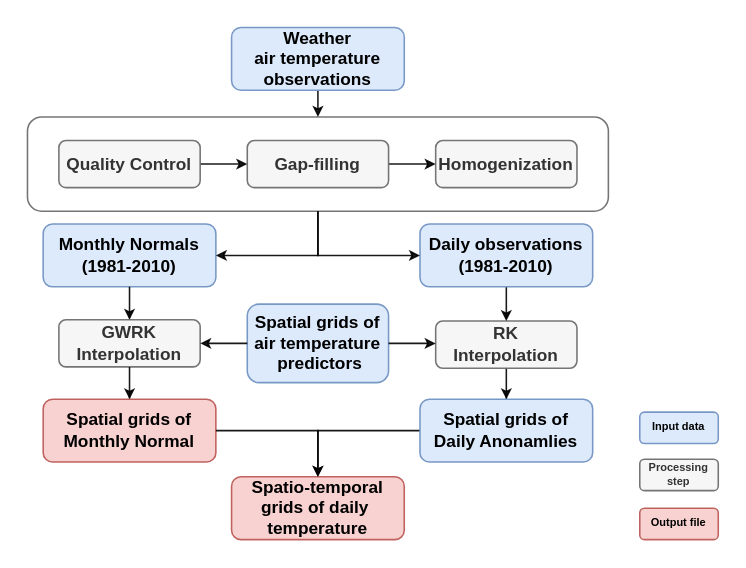
This is PISCOt_diagram.drawio from adrHuerta/diagrams, a draw.io file, before an edit. Source tidied: cells renumbered, new cells numbered last; positions are measured from the earlier drawing's top-left corner, leaving out a move shared by most shapes. Both pictures are drawn from the tidied source at 157%, with x=0, y=0 at pixel (27, 27).
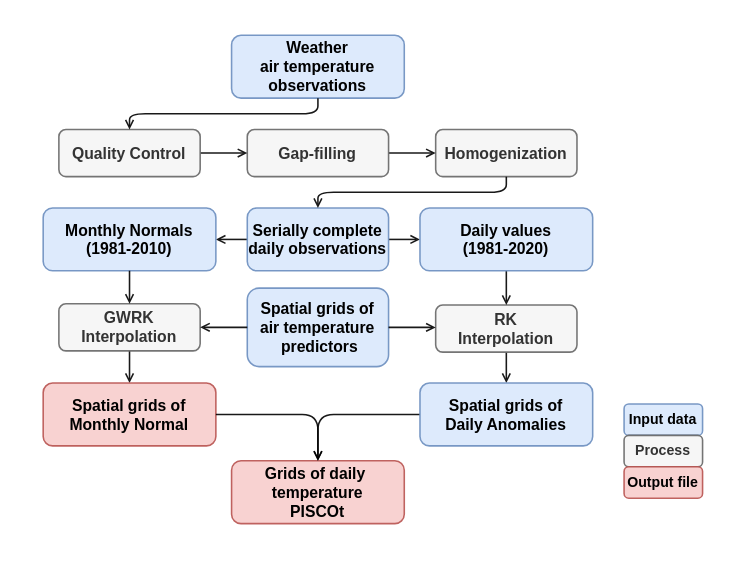
Above is the later version.

Change to the diagram source:
```diff
@@
+    <mxCell id="31" style="edgeStyle=orthogonalEdgeStyle;rounded=1;sketch=0;jettySize=auto;html=1;fontSize=9;endArrow=open;endFill=0;endSize=4;opacity=90;" parent="1" edge="1" source="34">
+      <mxGeometry relative="1" as="geometry">
+        <mxPoint x="120" y="135" as="targetPoint" />
+      </mxGeometry>
+    </mxCell>
+    <mxCell id="32" style="edgeStyle=orthogonalEdgeStyle;rounded=1;sketch=0;jettySize=auto;html=1;fontSize=9;endArrow=open;endFill=0;endSize=4;opacity=90;" parent="1" edge="1" source="34">
+      <mxGeometry relative="1" as="geometry">
+        <mxPoint x="250" y="135" as="targetPoint" />
+      </mxGeometry>
+    </mxCell>
-    <mxCell id="2" value="Input data" style="rounded=1;whiteSpace=wrap;html=1;fillColor=#dae8fc;opacity=90;fontSize=7;strokeColor=#6c8ebf;fontStyle=1;" parent="1" vertex="1">
-      <mxGeometry x="390" y="245" width="50" height="20" as="geometry" />
+    <mxCell id="2" value="Input data" style="rounded=1;whiteSpace=wrap;html=1;opacity=90;fontSize=9;fontStyle=1;fillColor=#dae8fc;strokeColor=#6c8ebf;" parent="1" vertex="1">
+      <mxGeometry x="380" y="239.8" width="50" height="20" as="geometry" />
     </mxCell>
-    <mxCell id="3" value="Processing step" style="rounded=1;whiteSpace=wrap;html=1;fillColor=#f5f5f5;opacity=90;fontSize=7;strokeColor=#666666;fontStyle=1;fontColor=#333333;" parent="1" vertex="1">
-      <mxGeometry x="390" y="275" width="50" height="20" as="geometry" />
+    <mxCell id="3" value="Process" style="rounded=1;whiteSpace=wrap;html=1;opacity=90;fontSize=9;fontStyle=1;fillColor=#f5f5f5;fontColor=#333333;strokeColor=#666666;" parent="1" vertex="1">
+      <mxGeometry x="380" y="259.8" width="50" height="20" as="geometry" />
     </mxCell>
-    <mxCell id="4" value="Output file" style="rounded=1;whiteSpace=wrap;html=1;fillColor=#f8cecc;opacity=90;fontSize=7;strokeColor=#b85450;fontStyle=1;" parent="1" vertex="1">
-      <mxGeometry x="390" y="306.2" width="50" height="20" as="geometry" />
+    <mxCell id="4" value="Output file" style="rounded=1;whiteSpace=wrap;html=1;opacity=90;fontSize=9;fontStyle=1;fillColor=#f8cecc;strokeColor=#b85450;" parent="1" vertex="1">
+      <mxGeometry x="380" y="279.8" width="50" height="20" as="geometry" />
     </mxCell>
-    <mxCell id="5" style="rounded=1;whiteSpace=wrap;html=1;opacity=90;strokeColor=#666666;fontColor=#333333;fillColor=none;" parent="1" vertex="1">
-      <mxGeometry y="57" width="370" height="60" as="geometry" />
-    </mxCell>
-    <mxCell id="6" style="edgeStyle=orthogonalEdgeStyle;rounded=0;jumpStyle=gap;jettySize=auto;html=1;entryX=0.5;entryY=0;entryDx=0;entryDy=0;endArrow=classic;endFill=1;endSize=4;opacity=90;" parent="1" edge="1" source="7" target="5">
-      <mxGeometry x="240" y="5" as="geometry">
-        <Array as="points">
-          <mxPoint x="185" y="50" />
-          <mxPoint x="185" y="50" />
-        </Array>
-      </mxGeometry>
-    </mxCell>
-    <mxCell id="7" value="Weather &lt;br&gt;air temperature observations" style="rounded=1;whiteSpace=wrap;html=1;fontSize=11;fontFamily=Helvetica;fontStyle=1;fillColor=#dae8fc;strokeColor=#6c8ebf;opacity=90;" parent="1" vertex="1">
-      <mxGeometry x="130" width="110" height="40" as="geometry" />
+    <mxCell id="7" value="Weather &lt;br style=&quot;font-size: 10px;&quot;&gt;air temperature observations" style="rounded=1;whiteSpace=wrap;html=1;fontSize=10;fontFamily=Helvetica;fontStyle=1;opacity=90;fillColor=#dae8fc;strokeColor=#6c8ebf;" parent="1" vertex="1">
+      <mxGeometry x="130" y="5" width="110" height="40" as="geometry" />
     </mxCell>
-    <mxCell id="8" value="Monthly Normals&lt;br&gt;(1981-2010)" style="rounded=1;whiteSpace=wrap;html=1;fontSize=11;fontFamily=Helvetica;fontStyle=1;fillColor=#dae8fc;strokeColor=#6c8ebf;opacity=90;" parent="1" vertex="1">
-      <mxGeometry x="10" y="125.2" width="110" height="40" as="geometry" />
+    <mxCell id="8" value="Monthly Normals&lt;br style=&quot;font-size: 10px;&quot;&gt;(1981-2010)" style="rounded=1;whiteSpace=wrap;html=1;fontSize=10;fontFamily=Helvetica;fontStyle=1;opacity=90;fillColor=#dae8fc;strokeColor=#6c8ebf;" parent="1" vertex="1">
+      <mxGeometry x="10" y="115" width="110" height="40" as="geometry" />
     </mxCell>
-    <mxCell id="9" style="edgeStyle=orthogonalEdgeStyle;rounded=0;jumpStyle=gap;jettySize=auto;html=1;entryX=1;entryY=0.5;entryDx=0;entryDy=0;endArrow=classic;endFill=1;endSize=4;opacity=90;" parent="1" edge="1" source="5" target="8">
-      <mxGeometry x="240" y="5" as="geometry" />
-    </mxCell>
-    <mxCell id="10" value="&lt;span style=&quot;color: rgb(0 , 0 , 0) ; font-family: &amp;#34;helvetica&amp;#34; ; font-size: 11px ; font-style: normal ; font-weight: 700 ; letter-spacing: normal ; text-align: center ; text-indent: 0px ; text-transform: none ; word-spacing: 0px ; display: inline ; float: none&quot;&gt;Spatial grids of&lt;/span&gt;&lt;br style=&quot;color: rgb(0 , 0 , 0) ; font-family: &amp;#34;helvetica&amp;#34; ; font-size: 11px ; font-style: normal ; font-weight: 700 ; letter-spacing: normal ; text-align: center ; text-indent: 0px ; text-transform: none ; word-spacing: 0px&quot;&gt;&lt;span style=&quot;color: rgb(0 , 0 , 0) ; font-family: &amp;#34;helvetica&amp;#34; ; font-size: 11px ; font-style: normal ; font-weight: 700 ; letter-spacing: normal ; text-align: center ; text-indent: 0px ; text-transform: none ; word-spacing: 0px ; display: inline ; float: none&quot;&gt;air temperature&lt;/span&gt;&lt;br style=&quot;color: rgb(0 , 0 , 0) ; font-family: &amp;#34;helvetica&amp;#34; ; font-size: 11px ; font-style: normal ; font-weight: 700 ; letter-spacing: normal ; text-align: center ; text-indent: 0px ; text-transform: none ; word-spacing: 0px&quot;&gt;&lt;span style=&quot;color: rgb(0 , 0 , 0) ; font-family: &amp;#34;helvetica&amp;#34; ; font-size: 11px ; font-style: normal ; font-weight: 700 ; letter-spacing: normal ; text-align: center ; text-indent: 0px ; text-transform: none ; word-spacing: 0px ; display: inline ; float: none&quot;&gt;&amp;nbsp;predictors&lt;/span&gt;" style="rounded=1;whiteSpace=wrap;html=1;fontSize=11;fontFamily=Helvetica;fontStyle=1;fillColor=#dae8fc;strokeColor=#6c8ebf;opacity=90;" parent="1" vertex="1">
-      <mxGeometry x="140" y="176.2" width="90" height="50" as="geometry" />
+    <mxCell id="10" value="&lt;span style=&quot;color: rgb(0, 0, 0); font-family: helvetica; font-size: 10px; font-style: normal; font-weight: 700; letter-spacing: normal; text-align: center; text-indent: 0px; text-transform: none; word-spacing: 0px; display: inline; float: none;&quot;&gt;Spatial grids of&lt;/span&gt;&lt;br style=&quot;color: rgb(0, 0, 0); font-family: helvetica; font-size: 10px; font-style: normal; font-weight: 700; letter-spacing: normal; text-align: center; text-indent: 0px; text-transform: none; word-spacing: 0px;&quot;&gt;&lt;span style=&quot;color: rgb(0, 0, 0); font-family: helvetica; font-size: 10px; font-style: normal; font-weight: 700; letter-spacing: normal; text-align: center; text-indent: 0px; text-transform: none; word-spacing: 0px; display: inline; float: none;&quot;&gt;air temperature&lt;/span&gt;&lt;br style=&quot;color: rgb(0, 0, 0); font-family: helvetica; font-size: 10px; font-style: normal; font-weight: 700; letter-spacing: normal; text-align: center; text-indent: 0px; text-transform: none; word-spacing: 0px;&quot;&gt;&lt;span style=&quot;color: rgb(0, 0, 0); font-family: helvetica; font-size: 10px; font-style: normal; font-weight: 700; letter-spacing: normal; text-align: center; text-indent: 0px; text-transform: none; word-spacing: 0px; display: inline; float: none;&quot;&gt;&amp;nbsp;predictors&lt;/span&gt;" style="rounded=1;whiteSpace=wrap;html=1;fontSize=10;fontFamily=Helvetica;fontStyle=1;opacity=90;fillColor=#dae8fc;strokeColor=#6c8ebf;" parent="1" vertex="1">
+      <mxGeometry x="140" y="166" width="90" height="50" as="geometry" />
     </mxCell>
+    <mxCell id="18" style="edgeStyle=orthogonalEdgeStyle;rounded=1;sketch=0;jettySize=auto;html=1;entryX=0.5;entryY=0;entryDx=0;entryDy=0;fontSize=9;endArrow=open;endFill=0;endSize=4;opacity=90;" parent="1" edge="1" source="11" target="17">
+      <mxGeometry relative="1" as="geometry" />
+    </mxCell>
-    <mxCell id="11" value="GWRK Interpolation" style="rounded=1;whiteSpace=wrap;html=1;fontSize=11;fontFamily=Helvetica;fontStyle=1;opacity=90;fillColor=#f5f5f5;strokeColor=#666666;fontColor=#333333;" parent="1" vertex="1">
-      <mxGeometry x="20" y="186.2" width="90" height="30" as="geometry" />
+    <mxCell id="11" value="GWRK Interpolation" style="rounded=1;whiteSpace=wrap;html=1;fontSize=10;fontFamily=Helvetica;fontStyle=1;opacity=90;fillColor=#f5f5f5;fontColor=#333333;strokeColor=#666666;" parent="1" vertex="1">
+      <mxGeometry x="20" y="176" width="90" height="30" as="geometry" />
     </mxCell>
-    <mxCell id="12" style="edgeStyle=orthogonalEdgeStyle;rounded=0;jumpStyle=gap;jettySize=auto;html=1;entryX=0.5;entryY=0;entryDx=0;entryDy=0;endSize=4;opacity=90;" parent="1" edge="1" source="8" target="11">
-      <mxGeometry x="240" y="5" as="geometry" />
+    <mxCell id="12" style="edgeStyle=orthogonalEdgeStyle;rounded=1;jumpStyle=gap;jettySize=auto;html=1;entryX=0.5;entryY=0;entryDx=0;entryDy=0;endSize=4;opacity=90;fontSize=10;endArrow=open;endFill=0;" parent="1" edge="1" source="8" target="11">
+      <mxGeometry x="240" y="-5.2" as="geometry" />
     </mxCell>
-    <mxCell id="13" style="edgeStyle=orthogonalEdgeStyle;rounded=0;jumpStyle=gap;jettySize=auto;html=1;entryX=1;entryY=0.5;entryDx=0;entryDy=0;endSize=4;opacity=90;" parent="1" edge="1" source="10" target="11">
-      <mxGeometry x="240" y="5" as="geometry" />
+    <mxCell id="13" style="edgeStyle=orthogonalEdgeStyle;rounded=1;jumpStyle=gap;jettySize=auto;html=1;entryX=1;entryY=0.5;entryDx=0;entryDy=0;endSize=4;opacity=90;fontSize=10;endArrow=open;endFill=0;" parent="1" edge="1" source="10" target="11">
+      <mxGeometry x="240" y="-5.2" as="geometry" />
     </mxCell>
-    <mxCell id="14" style="edgeStyle=orthogonalEdgeStyle;rounded=0;jumpStyle=gap;jettySize=auto;html=1;endArrow=classic;endFill=1;endSize=4;fontSize=7;opacity=90;" parent="1" edge="1" source="15" target="30">
+    <mxCell id="14" style="edgeStyle=orthogonalEdgeStyle;rounded=1;sketch=0;jettySize=auto;html=1;entryX=0.5;entryY=0;entryDx=0;entryDy=0;fontSize=9;endArrow=open;endFill=0;endSize=4;opacity=90;" parent="1" edge="1" source="15" target="30">
       <mxGeometry relative="1" as="geometry" />
     </mxCell>
-    <mxCell id="15" value="RK &lt;br&gt;Interpolation" style="rounded=1;whiteSpace=wrap;html=1;fontSize=11;fontFamily=Helvetica;fontStyle=1;opacity=90;fillColor=#f5f5f5;strokeColor=#666666;fontColor=#333333;" parent="1" vertex="1">
-      <mxGeometry x="260" y="187" width="90" height="30" as="geometry" />
+    <mxCell id="15" value="RK &lt;br style=&quot;font-size: 10px;&quot;&gt;Interpolation" style="rounded=1;whiteSpace=wrap;html=1;fontSize=10;fontFamily=Helvetica;fontStyle=1;opacity=90;fillColor=#f5f5f5;fontColor=#333333;strokeColor=#666666;" parent="1" vertex="1">
+      <mxGeometry x="260" y="176.8" width="90" height="30" as="geometry" />
     </mxCell>
-    <mxCell id="16" style="edgeStyle=orthogonalEdgeStyle;rounded=0;jumpStyle=gap;jettySize=auto;html=1;entryX=0;entryY=0.475;entryDx=0;entryDy=0;entryPerimeter=0;endSize=4;opacity=90;" parent="1" edge="1" source="10" target="15">
-      <mxGeometry x="240" y="5" as="geometry" />
+    <mxCell id="16" style="edgeStyle=orthogonalEdgeStyle;rounded=1;jumpStyle=gap;jettySize=auto;html=1;entryX=0;entryY=0.475;entryDx=0;entryDy=0;entryPerimeter=0;endSize=4;opacity=90;fontSize=10;endArrow=open;endFill=0;" parent="1" edge="1" source="10" target="15">
+      <mxGeometry x="240" y="-5.2" as="geometry" />
     </mxCell>
-    <mxCell id="17" value="Spatial grids of&lt;br&gt;Monthly Normal" style="rounded=1;whiteSpace=wrap;html=1;fontSize=11;fontFamily=Helvetica;fontStyle=1;opacity=90;fillColor=#f8cecc;strokeColor=#b85450;" parent="1" vertex="1">
-      <mxGeometry x="10" y="236.8" width="110" height="40" as="geometry" />
+    <mxCell id="17" value="Spatial grids of&lt;br style=&quot;font-size: 10px;&quot;&gt;Monthly Normal" style="rounded=1;whiteSpace=wrap;html=1;fontSize=10;fontFamily=Helvetica;fontStyle=1;opacity=90;fillColor=#f8cecc;strokeColor=#b85450;" parent="1" vertex="1">
+      <mxGeometry x="10" y="226.5" width="110" height="40" as="geometry" />
     </mxCell>
-    <mxCell id="18" style="edgeStyle=orthogonalEdgeStyle;rounded=0;jumpStyle=gap;jettySize=auto;html=1;entryX=0.5;entryY=0;entryDx=0;entryDy=0;endArrow=classic;endFill=1;endSize=4;opacity=90;" parent="1" edge="1" source="11" target="17">
-      <mxGeometry x="240" y="5" as="geometry" />
-    </mxCell>
-    <mxCell id="19" value="Spatio-temporal&lt;br&gt;grids of daily&amp;nbsp;&lt;br&gt;temperature" style="rounded=1;whiteSpace=wrap;html=1;fontSize=11;fontFamily=Helvetica;fontStyle=1;opacity=90;fillColor=#f8cecc;strokeColor=#b85450;" parent="1" vertex="1">
-      <mxGeometry x="130" y="286.2" width="110" height="40" as="geometry" />
+    <mxCell id="19" value="Grids of daily&amp;nbsp;&lt;br style=&quot;font-size: 10px&quot;&gt;temperature&lt;br style=&quot;font-size: 10px;&quot;&gt;PISCOt" style="rounded=1;whiteSpace=wrap;html=1;fontSize=10;fontFamily=Helvetica;fontStyle=1;opacity=90;fillColor=#f8cecc;strokeColor=#b85450;" parent="1" vertex="1">
+      <mxGeometry x="130" y="276" width="110" height="40" as="geometry" />
     </mxCell>
-    <mxCell id="20" style="edgeStyle=orthogonalEdgeStyle;rounded=0;jumpStyle=gap;jettySize=auto;html=1;entryX=0.5;entryY=0;entryDx=0;entryDy=0;endSize=4;opacity=90;" parent="1" edge="1" source="17" target="19">
-      <mxGeometry x="240" y="5" as="geometry" />
+    <mxCell id="20" style="edgeStyle=orthogonalEdgeStyle;rounded=1;jumpStyle=gap;jettySize=auto;html=1;entryX=0.5;entryY=0;entryDx=0;entryDy=0;endSize=4;opacity=90;fontSize=10;endArrow=open;endFill=0;" parent="1" edge="1" source="17" target="19">
+      <mxGeometry x="240" y="-5.2" as="geometry" />
     </mxCell>
-    <mxCell id="21" value="Homogenization" style="rounded=1;whiteSpace=wrap;html=1;fontSize=11;fontFamily=Helvetica;fontStyle=1;fillColor=#f5f5f5;strokeColor=#666666;fontColor=#333333;opacity=90;" parent="1" vertex="1">
-      <mxGeometry x="260" y="72" width="90" height="30" as="geometry" />
+    <mxCell id="21" value="Homogenization" style="rounded=1;whiteSpace=wrap;html=1;fontSize=10;fontFamily=Helvetica;fontStyle=1;opacity=90;fillColor=#f5f5f5;fontColor=#333333;strokeColor=#666666;" parent="1" vertex="1">
+      <mxGeometry x="260" y="65" width="90" height="30" as="geometry" />
     </mxCell>
-    <mxCell id="22" style="edgeStyle=orthogonalEdgeStyle;rounded=0;jettySize=auto;html=1;entryX=0;entryY=0.5;entryDx=0;entryDy=0;opacity=90;endSize=4;" parent="1" edge="1" source="23" target="21">
-      <mxGeometry x="260" y="77" as="geometry" />
+    <mxCell id="22" style="edgeStyle=orthogonalEdgeStyle;rounded=1;jettySize=auto;html=1;entryX=0;entryY=0.5;entryDx=0;entryDy=0;opacity=90;endSize=4;fontSize=10;endArrow=open;endFill=0;" parent="1" edge="1" source="23" target="21">
+      <mxGeometry x="260" y="70" as="geometry" />
     </mxCell>
-    <mxCell id="23" value="Gap-filling" style="rounded=1;whiteSpace=wrap;html=1;fontSize=11;fontFamily=Helvetica;fontStyle=1;fillColor=#f5f5f5;strokeColor=#666666;fontColor=#333333;opacity=90;" parent="1" vertex="1">
-      <mxGeometry x="140" y="72" width="90" height="30" as="geometry" />
+    <mxCell id="23" value="Gap-filling" style="rounded=1;whiteSpace=wrap;html=1;fontSize=10;fontFamily=Helvetica;fontStyle=1;opacity=90;fillColor=#f5f5f5;fontColor=#333333;strokeColor=#666666;" parent="1" vertex="1">
+      <mxGeometry x="140" y="65" width="90" height="30" as="geometry" />
     </mxCell>
-    <mxCell id="24" style="edgeStyle=orthogonalEdgeStyle;rounded=0;jettySize=auto;html=1;entryX=0;entryY=0.5;entryDx=0;entryDy=0;opacity=90;endSize=4;" parent="1" edge="1" source="25" target="23">
-      <mxGeometry x="260" y="77" as="geometry" />
+    <mxCell id="24" style="edgeStyle=orthogonalEdgeStyle;rounded=1;jettySize=auto;html=1;entryX=0;entryY=0.5;entryDx=0;entryDy=0;opacity=90;endSize=4;fontSize=10;endArrow=open;endFill=0;" parent="1" edge="1" source="25" target="23">
+      <mxGeometry x="260" y="70" as="geometry" />
     </mxCell>
-    <mxCell id="25" value="Quality Control" style="rounded=1;whiteSpace=wrap;html=1;fontSize=11;fontFamily=Helvetica;fontStyle=1;fillColor=#f5f5f5;strokeColor=#666666;fontColor=#333333;opacity=90;" parent="1" vertex="1">
-      <mxGeometry x="20" y="72" width="90" height="30" as="geometry" />
+    <mxCell id="25" value="Quality Control" style="rounded=1;whiteSpace=wrap;html=1;fontSize=10;fontFamily=Helvetica;fontStyle=1;opacity=90;fillColor=#f5f5f5;fontColor=#333333;strokeColor=#666666;" parent="1" vertex="1">
+      <mxGeometry x="20" y="65" width="90" height="30" as="geometry" />
     </mxCell>
+    <mxCell id="33" style="edgeStyle=orthogonalEdgeStyle;rounded=1;jettySize=auto;html=1;entryX=0.5;entryY=0;entryDx=0;entryDy=0;fontSize=10;endArrow=open;endFill=0;endSize=4;opacity=90;" parent="1" edge="1" source="7" target="25">
+      <mxGeometry relative="1" as="geometry">
+        <Array as="points">
+          <mxPoint x="185" y="55" />
+          <mxPoint x="65" y="55" />
+        </Array>
+      </mxGeometry>
+    </mxCell>
-    <mxCell id="26" style="edgeStyle=orthogonalEdgeStyle;rounded=0;jumpStyle=gap;jettySize=auto;html=1;entryX=0.5;entryY=0;entryDx=0;entryDy=0;endArrow=classic;endFill=1;endSize=4;opacity=90;" parent="1" edge="1" source="27" target="15">
-      <mxGeometry x="240" y="5" as="geometry" />
+    <mxCell id="26" style="edgeStyle=orthogonalEdgeStyle;rounded=1;jumpStyle=gap;jettySize=auto;html=1;entryX=0.5;entryY=0;entryDx=0;entryDy=0;endArrow=open;endFill=0;endSize=4;opacity=90;fontSize=10;" parent="1" edge="1" source="27" target="15">
+      <mxGeometry x="240" y="-5.2" as="geometry" />
     </mxCell>
-    <mxCell id="27" value="Daily observations&lt;br&gt;(1981-2010)" style="rounded=1;whiteSpace=wrap;html=1;fontSize=11;fontFamily=Helvetica;fontStyle=1;fillColor=#dae8fc;strokeColor=#6c8ebf;opacity=90;" parent="1" vertex="1">
-      <mxGeometry x="250" y="125.2" width="110" height="40" as="geometry" />
+    <mxCell id="27" value="Daily values&lt;br style=&quot;font-size: 10px&quot;&gt;(1981-2020)" style="rounded=1;whiteSpace=wrap;html=1;fontSize=10;fontFamily=Helvetica;fontStyle=1;opacity=90;fillColor=#dae8fc;strokeColor=#6c8ebf;" parent="1" vertex="1">
+      <mxGeometry x="250" y="115" width="110" height="40" as="geometry" />
     </mxCell>
-    <mxCell id="28" style="edgeStyle=orthogonalEdgeStyle;rounded=0;jumpStyle=gap;jettySize=auto;html=1;entryX=0;entryY=0.5;entryDx=0;entryDy=0;endArrow=classic;endFill=1;endSize=4;opacity=90;" parent="1" edge="1" source="5" target="27">
-      <mxGeometry x="240" y="5" as="geometry" />
-    </mxCell>
-    <mxCell id="29" style="edgeStyle=orthogonalEdgeStyle;rounded=0;sketch=0;jumpStyle=gap;jettySize=auto;html=1;entryX=0.5;entryY=0;entryDx=0;entryDy=0;endArrow=classic;endFill=1;endSize=4;targetPerimeterSpacing=0;fontSize=7;opacity=90;" parent="1" edge="1" source="30" target="19">
+    <mxCell id="29" style="edgeStyle=orthogonalEdgeStyle;rounded=1;sketch=0;jumpStyle=gap;jettySize=auto;html=1;entryX=0.5;entryY=0;entryDx=0;entryDy=0;endArrow=open;endFill=0;endSize=4;targetPerimeterSpacing=0;fontSize=10;opacity=90;" parent="1" edge="1" source="30" target="19">
       <mxGeometry relative="1" as="geometry" />
     </mxCell>
-    <mxCell id="30" value="Spatial grids of&lt;br&gt;Daily Anonamlies" style="rounded=1;whiteSpace=wrap;html=1;fontSize=11;fontFamily=Helvetica;fontStyle=1;opacity=90;fillColor=#dae8fc;strokeColor=#6c8ebf;" parent="1" vertex="1">
-      <mxGeometry x="250" y="236.8" width="110" height="40" as="geometry" />
+    <mxCell id="30" value="Spatial grids of&lt;br style=&quot;font-size: 10px&quot;&gt;Daily Anomalies" style="rounded=1;whiteSpace=wrap;html=1;fontSize=10;fontFamily=Helvetica;fontStyle=1;opacity=90;fillColor=#dae8fc;strokeColor=#6c8ebf;" parent="1" vertex="1">
+      <mxGeometry x="250" y="226.5" width="110" height="40" as="geometry" />
     </mxCell>
+    <mxCell id="34" value="Serially complete daily observations" style="rounded=1;whiteSpace=wrap;html=1;fontSize=10;fontFamily=Helvetica;fontStyle=1;opacity=90;fillColor=#dae8fc;strokeColor=#6c8ebf;" parent="1" vertex="1">
+      <mxGeometry x="140" y="115" width="90" height="40" as="geometry" />
+    </mxCell>
+    <mxCell id="35" style="edgeStyle=orthogonalEdgeStyle;rounded=1;jettySize=auto;html=1;fontSize=10;endSize=4;endArrow=open;endFill=0;opacity=90;" parent="1" edge="1" source="21" target="34">
+      <mxGeometry relative="1" as="geometry">
+        <Array as="points">
+          <mxPoint x="305" y="105" />
+          <mxPoint x="185" y="105" />
+        </Array>
+      </mxGeometry>
+    </mxCell>
```
